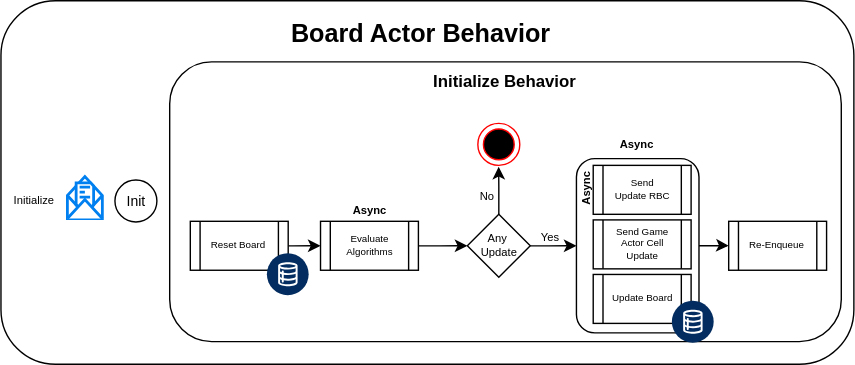
The draw.io diagram docs/BoardActor.svg in sunlao/py_sudoku_solver, before a commit. Source tidied: cells renumbered, new cells last; positions are measured from the earlier drawing's top-left corner, leaving out a move shared by most shapes.
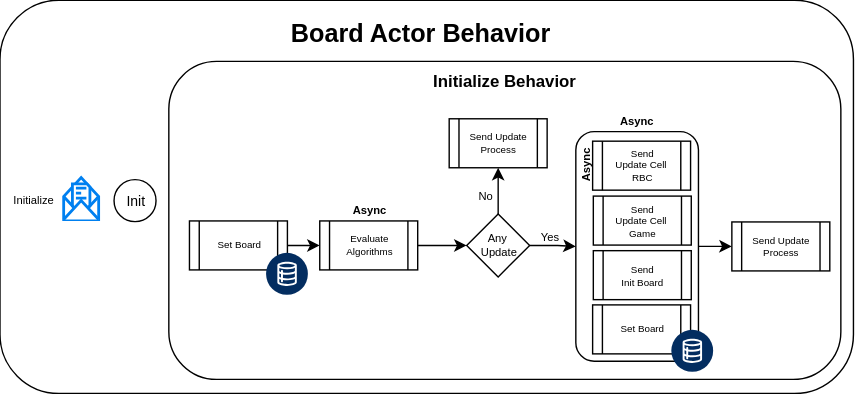
Above is the later version.

The edit, as a diff of the source:
```diff
@@ -3,22 +3,22 @@
     <mxCell id="0" />
     <mxCell id="1" parent="0" />
     <mxCell id="2" style="rounded=1;whiteSpace=wrap;html=1;" parent="1" vertex="1">
-      <mxGeometry width="609.9" height="260" as="geometry" />
+      <mxGeometry width="609.9" height="281" as="geometry" />
     </mxCell>
     <mxCell id="3" style="rounded=1;whiteSpace=wrap;html=1;" parent="1" vertex="1">
-      <mxGeometry x="120.6" y="43.8" width="480.2" height="200" as="geometry" />
+      <mxGeometry x="120.7" y="43.8" width="480.2" height="227.2" as="geometry" />
     </mxCell>
-    <mxCell id="4" style="edgeStyle=orthogonalEdgeStyle;rounded=0;jettySize=auto;html=1;entryX=0;entryY=0.5;entryDx=0;entryDy=0;" parent="1" edge="1" source="5" target="21">
+    <mxCell id="4" style="edgeStyle=orthogonalEdgeStyle;rounded=0;jettySize=auto;html=1;" parent="1" edge="1" source="5" target="21">
       <mxGeometry relative="1" as="geometry" />
     </mxCell>
     <mxCell id="5" style="rounded=1;whiteSpace=wrap;html=1;" parent="1" vertex="1">
-      <mxGeometry x="411.5" y="112.9" width="87.6" height="124.6" as="geometry" />
+      <mxGeometry x="411.5" y="93.9" width="87.6" height="164.1" as="geometry" />
     </mxCell>
     <mxCell id="6" value="Init" style="ellipse;whiteSpace=wrap;html=1;fontSize=10;" parent="1" vertex="1">
       <mxGeometry x="81.5" y="128.2" width="30" height="30" as="geometry" />
     </mxCell>
     <mxCell id="7" style="html=1;verticalLabelPosition=bottom;align=center;labelBackgroundColor=#ffffff;verticalAlign=top;strokeWidth=2;strokeColor=#0080F0;shadow=0;dashed=0;shape=mxgraph.ios7.icons.envelope_(message);" parent="1" vertex="1">
-      <mxGeometry x="48" y="126.2" width="25" height="30" as="geometry" />
+      <mxGeometry x="45" y="126.2" width="25" height="30" as="geometry" />
     </mxCell>
     <mxCell id="8" value="&lt;div&gt;Initialize&lt;/div&gt;" style="text;html=1;whiteSpace=wrap;strokeColor=none;fillColor=none;align=center;verticalAlign=middle;rounded=0;fontSize=8;" parent="1" vertex="1">
       <mxGeometry x="9" y="128.2" width="30" height="30" as="geometry" />
@@ -26,7 +26,7 @@
     <mxCell id="9" style="edgeStyle=orthogonalEdgeStyle;rounded=0;jettySize=auto;html=1;entryX=0;entryY=0.5;entryDx=0;entryDy=0;" parent="1" edge="1" source="10" target="13">
       <mxGeometry relative="1" as="geometry" />
     </mxCell>
-    <mxCell id="10" value="Reset Board" style="shape=process;whiteSpace=wrap;html=1;backgroundOutline=1;fontSize=7;" parent="1" vertex="1">
+    <mxCell id="10" value="Set Board" style="shape=process;whiteSpace=wrap;html=1;backgroundOutline=1;fontSize=7;" parent="1" vertex="1">
       <mxGeometry x="135.4" y="157.8" width="70" height="35" as="geometry" />
     </mxCell>
     <mxCell id="11" value="Initialize Behavior" style="text;html=1;whiteSpace=wrap;strokeColor=none;fillColor=none;align=center;verticalAlign=middle;rounded=0;fontStyle=1;" parent="1" vertex="1">
@@ -41,52 +41,53 @@
     <mxCell id="14" value="Async" style="text;html=1;whiteSpace=wrap;strokeColor=none;fillColor=none;align=center;verticalAlign=middle;rounded=0;fontSize=8;fontStyle=1;" parent="1" vertex="1">
       <mxGeometry x="253.5" y="143.8" width="20" height="12.5" as="geometry" />
     </mxCell>
-    <mxCell id="15" value="Send &lt;br&gt;Update RBC" style="shape=process;whiteSpace=wrap;html=1;backgroundOutline=1;fontSize=7;" parent="1" vertex="1">
-      <mxGeometry x="423.5" y="117.8" width="70" height="35" as="geometry" />
+    <mxCell id="15" value="Send &lt;br&gt;Update Cell&amp;nbsp;&lt;div&gt;RBC&lt;/div&gt;" style="shape=process;whiteSpace=wrap;html=1;backgroundOutline=1;fontSize=7;" parent="1" vertex="1">
+      <mxGeometry x="423.5" y="100.8" width="70" height="35" as="geometry" />
     </mxCell>
     <mxCell id="16" value="Async" style="text;html=1;whiteSpace=wrap;strokeColor=none;fillColor=none;align=center;verticalAlign=middle;rounded=0;fontSize=8;fontStyle=1;" parent="1" vertex="1">
-      <mxGeometry x="445.3" y="96.2" width="20" height="12.5" as="geometry" />
+      <mxGeometry x="445.3" y="79.2" width="20" height="12.5" as="geometry" />
     </mxCell>
     <mxCell id="17" style="edgeStyle=orthogonalEdgeStyle;rounded=0;jettySize=auto;html=1;entryX=0;entryY=0.5;entryDx=0;entryDy=0;" parent="1" edge="1" source="19" target="5">
       <mxGeometry relative="1" as="geometry" />
     </mxCell>
-    <mxCell id="18" style="edgeStyle=orthogonalEdgeStyle;rounded=0;jettySize=auto;html=1;" parent="1" edge="1" source="19">
-      <mxGeometry relative="1" as="geometry">
-        <mxPoint x="355.9" y="118.8" as="targetPoint" />
-      </mxGeometry>
-    </mxCell>
+    <mxCell id="30" style="edgeStyle=orthogonalEdgeStyle;rounded=0;jettySize=auto;html=1;entryX=0.5;entryY=1;entryDx=0;entryDy=0;" parent="1" edge="1" source="19" target="32">
+      <mxGeometry relative="1" as="geometry" />
+    </mxCell>
     <mxCell id="19" value="Any&amp;nbsp;&lt;div&gt;Update&lt;/div&gt;" style="rhombus;whiteSpace=wrap;html=1;fontSize=8;" parent="1" vertex="1">
       <mxGeometry x="333.5" y="152.8" width="45" height="45" as="geometry" />
     </mxCell>
-    <mxCell id="20" value="Send Game Actor Cell Update" style="shape=process;whiteSpace=wrap;html=1;backgroundOutline=1;fontSize=7;" parent="1" vertex="1">
-      <mxGeometry x="423.5" y="156.8" width="70" height="35" as="geometry" />
+    <mxCell id="20" value="Send&lt;br&gt;Update Cell&amp;nbsp;&lt;div&gt;Game&lt;/div&gt;" style="shape=process;whiteSpace=wrap;html=1;backgroundOutline=1;fontSize=7;" parent="1" vertex="1">
+      <mxGeometry x="424" y="140" width="70" height="35" as="geometry" />
     </mxCell>
-    <mxCell id="21" value="&lt;div&gt;Re-Enqueue&lt;/div&gt;" style="shape=process;whiteSpace=wrap;html=1;backgroundOutline=1;fontSize=7;" parent="1" vertex="1">
-      <mxGeometry x="520.4" y="157.8" width="70" height="35" as="geometry" />
+    <mxCell id="21" value="&lt;div&gt;Send Update Process&lt;/div&gt;" style="shape=process;whiteSpace=wrap;html=1;backgroundOutline=1;fontSize=7;" parent="1" vertex="1">
+      <mxGeometry x="523" y="158.5" width="70" height="35" as="geometry" />
     </mxCell>
     <mxCell id="22" value="Async" style="text;html=1;whiteSpace=wrap;strokeColor=none;fillColor=none;align=center;verticalAlign=middle;rounded=0;fontSize=8;fontStyle=1;horizontal=0;" parent="1" vertex="1">
-      <mxGeometry x="408.9" y="128.8" width="20" height="12.5" as="geometry" />
+      <mxGeometry x="408.9" y="111.8" width="20" height="12.5" as="geometry" />
     </mxCell>
-    <mxCell id="23" value="Update Board" style="shape=process;whiteSpace=wrap;html=1;backgroundOutline=1;fontSize=7;" parent="1" vertex="1">
-      <mxGeometry x="423.5" y="195.8" width="70" height="35" as="geometry" />
+    <mxCell id="23" value="Set Board" style="shape=process;whiteSpace=wrap;html=1;backgroundOutline=1;fontSize=7;" parent="1" vertex="1">
+      <mxGeometry x="423.5" y="217.8" width="70" height="35" as="geometry" />
     </mxCell>
     <mxCell id="24" value="Yes" style="text;html=1;whiteSpace=wrap;strokeColor=none;fillColor=none;align=center;verticalAlign=middle;rounded=0;fontSize=8;" parent="1" vertex="1">
       <mxGeometry x="382.5" y="162.5" width="20" height="12.5" as="geometry" />
     </mxCell>
     <mxCell id="25" value="No" style="text;html=1;whiteSpace=wrap;strokeColor=none;fillColor=none;align=center;verticalAlign=middle;rounded=0;fontSize=8;" parent="1" vertex="1">
-      <mxGeometry x="337.5" y="133.8" width="20" height="12.5" as="geometry" />
+      <mxGeometry x="337" y="133.2" width="20" height="12.5" as="geometry" />
     </mxCell>
     <mxCell id="26" value="Board Actor Behavior" style="text;html=1;whiteSpace=wrap;strokeColor=none;fillColor=none;align=center;verticalAlign=middle;rounded=0;fontStyle=1;fontSize=18;" parent="1" vertex="1">
       <mxGeometry x="0.9" y="10" width="598.9" height="27" as="geometry" />
     </mxCell>
     <mxCell id="27" style="verticalLabelPosition=bottom;html=1;shape=mxgraph.salesforce.data2;fillColorStyles=fillColor2,fillColor3;fillColor2=#032d60;fillColor3=#ffffff;fillColor=none;strokeColor=none;" parent="1" vertex="1">
-      <mxGeometry x="479.7" y="214.6" width="30" height="30" as="geometry" />
+      <mxGeometry x="479.7" y="235.6" width="30" height="30" as="geometry" />
     </mxCell>
     <mxCell id="28" style="verticalLabelPosition=bottom;html=1;shape=mxgraph.salesforce.data2;fillColorStyles=fillColor2,fillColor3;fillColor2=#032d60;fillColor3=#ffffff;fillColor=none;strokeColor=none;" parent="1" vertex="1">
       <mxGeometry x="190.1" y="180.6" width="30" height="30" as="geometry" />
     </mxCell>
-    <mxCell id="29" value="&lt;font style=&quot;color: light-dark(rgb(0, 0, 0), rgb(0, 0, 0)); font-size: 10px;&quot;&gt;&lt;b&gt;End&lt;/b&gt;&lt;/font&gt;" style="ellipse;html=1;shape=endState;fillColor=#000000;strokeColor=#ff0000;" parent="1" vertex="1">
-      <mxGeometry x="341" y="87.8" width="30" height="30" as="geometry" />
-    </mxCell>
+    <mxCell id="31" value="Send&lt;br&gt;&lt;div&gt;Init Board&lt;/div&gt;" style="shape=process;whiteSpace=wrap;html=1;backgroundOutline=1;fontSize=7;" parent="1" vertex="1">
+      <mxGeometry x="424" y="179" width="70" height="35" as="geometry" />
+    </mxCell>
+    <mxCell id="32" value="&lt;div&gt;Send Update Process&lt;/div&gt;" style="shape=process;whiteSpace=wrap;html=1;backgroundOutline=1;fontSize=7;" parent="1" vertex="1">
+      <mxGeometry x="321" y="84.8" width="70" height="35" as="geometry" />
+    </mxCell>
   </root>
 </mxGraphModel>
```
